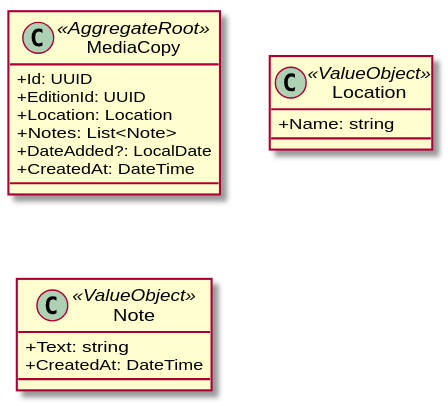
Before: docs/diagrams/domain/domain-media-copy.svg, a diagram exported from PlantUML (yantue/colleq).
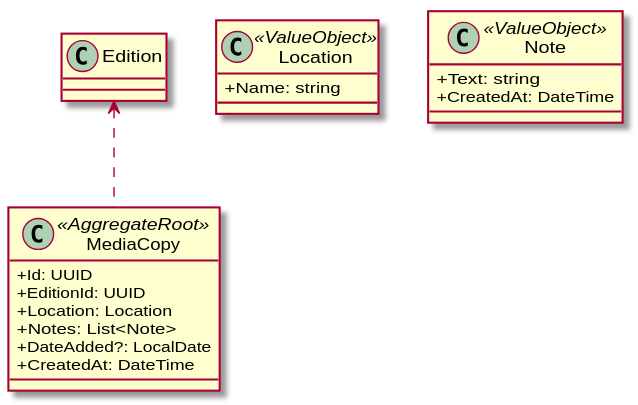
The same file after the commit.

Change to the diagram source:
```diff
@@ -19,4 +19,6 @@
     +CreatedAt: DateTime
 }
 
+Edition <.. MediaCopy
+
 @enduml
```
